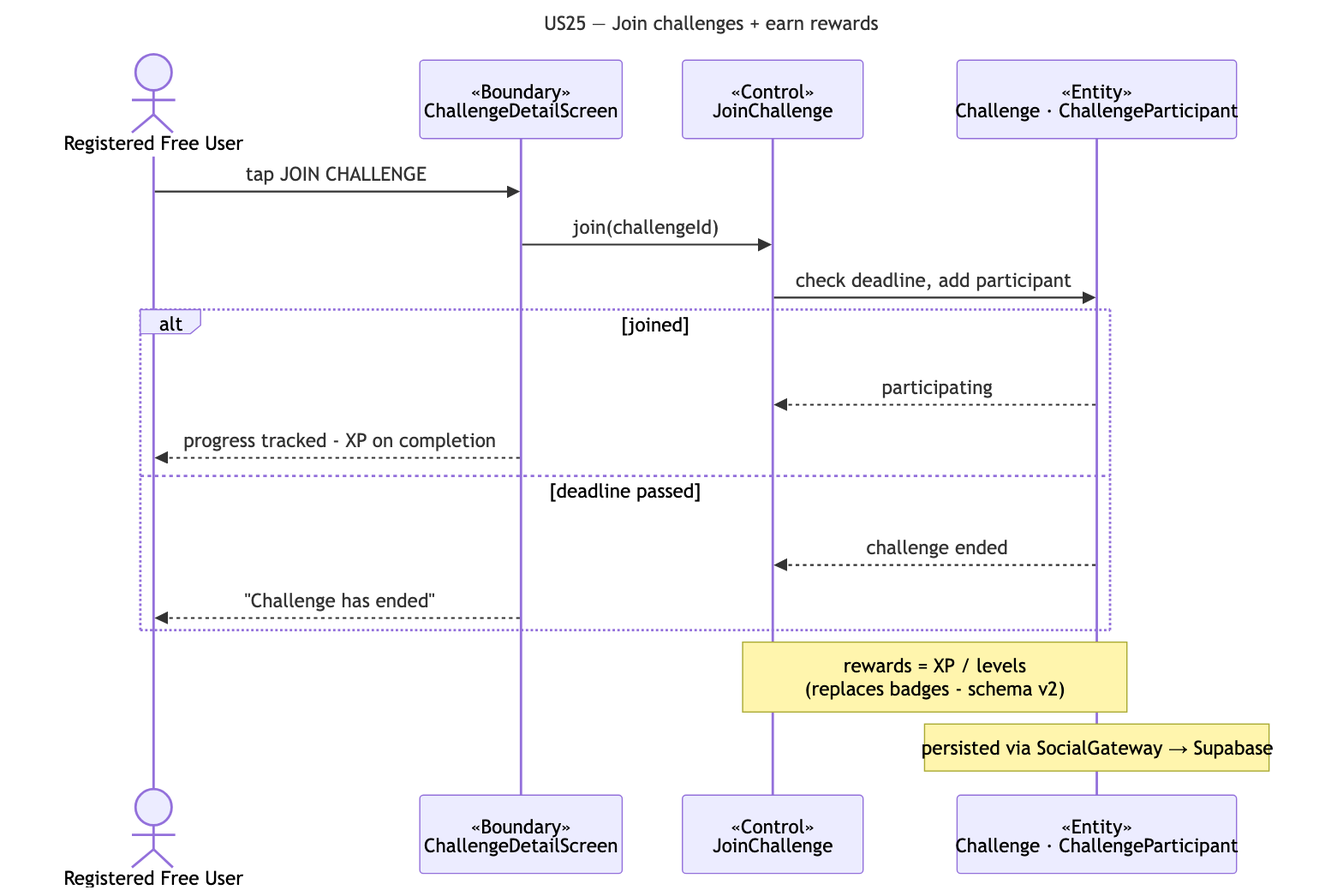
The Mermaid diagram docs/deliverables/sequence-diagrams/US25-challenges.png in cyuanjun/FYP-26-S2-37-app, before a commit. Its source is kept beside it as docs/deliverables/sequence-diagrams/src/US25-challenges.mmd.
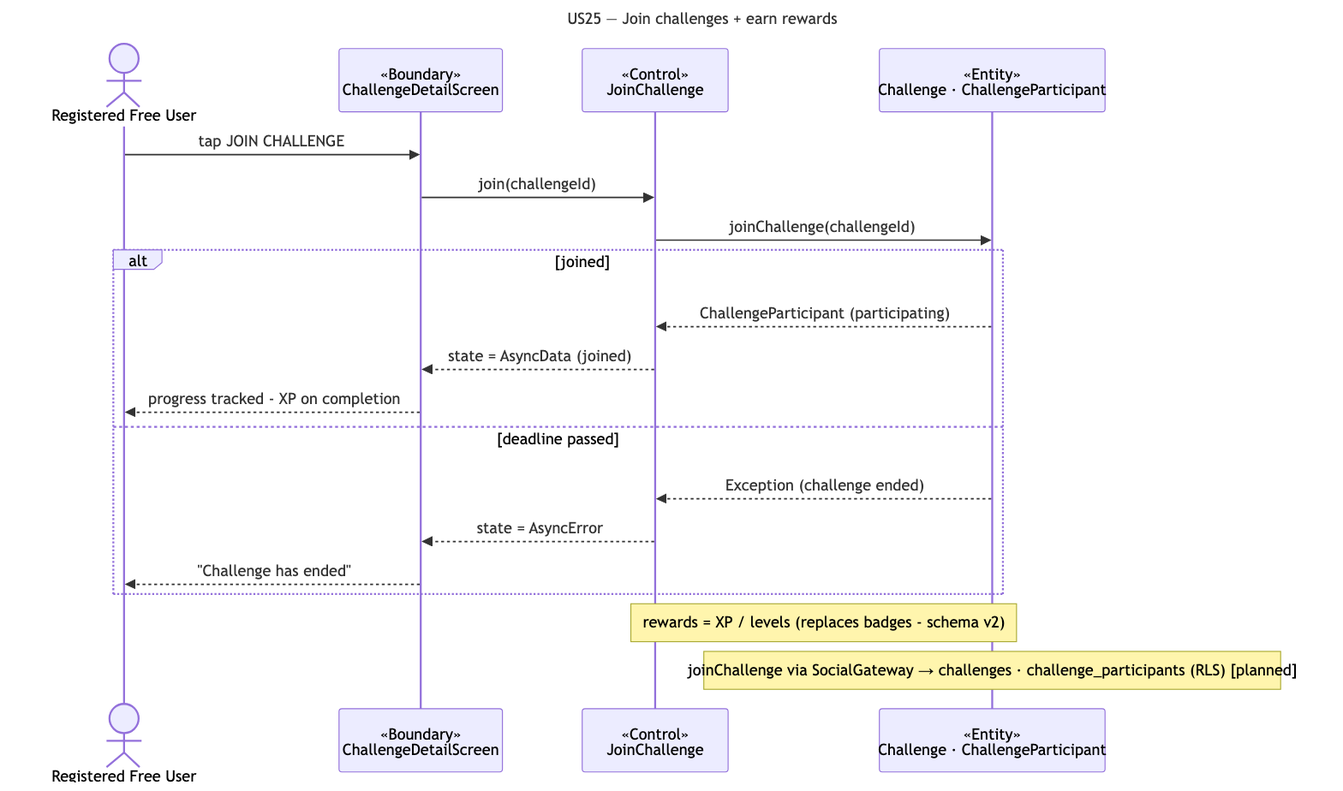
The same file after the commit.

The edit, as a diff of the source:
```diff
@@ -8,13 +8,15 @@
   participant E as «Entity»<br/>Challenge · ChallengeParticipant
   A->>B: tap JOIN CHALLENGE
   B->>C: join(challengeId)
-  C->>E: check deadline, add participant
+  C->>E: joinChallenge(challengeId)
   alt joined
-    E-->>C: participating
+    E-->>C: ChallengeParticipant (participating)
+    C-->>B: state = AsyncData (joined)
     B-->>A: progress tracked - XP on completion
   else deadline passed
-    E-->>C: challenge ended
+    E-->>C: Exception (challenge ended)
+    C-->>B: state = AsyncError
     B-->>A: "Challenge has ended"
   end
-  note over C,E: rewards = XP / levels<br/>(replaces badges - schema v2)
-  note over E: persisted via SocialGateway → Supabase
+  note over C,E: rewards = XP / levels (replaces badges - schema v2)
+  note over E: joinChallenge via SocialGateway → challenges · challenge_participants (RLS) [planned]
```
